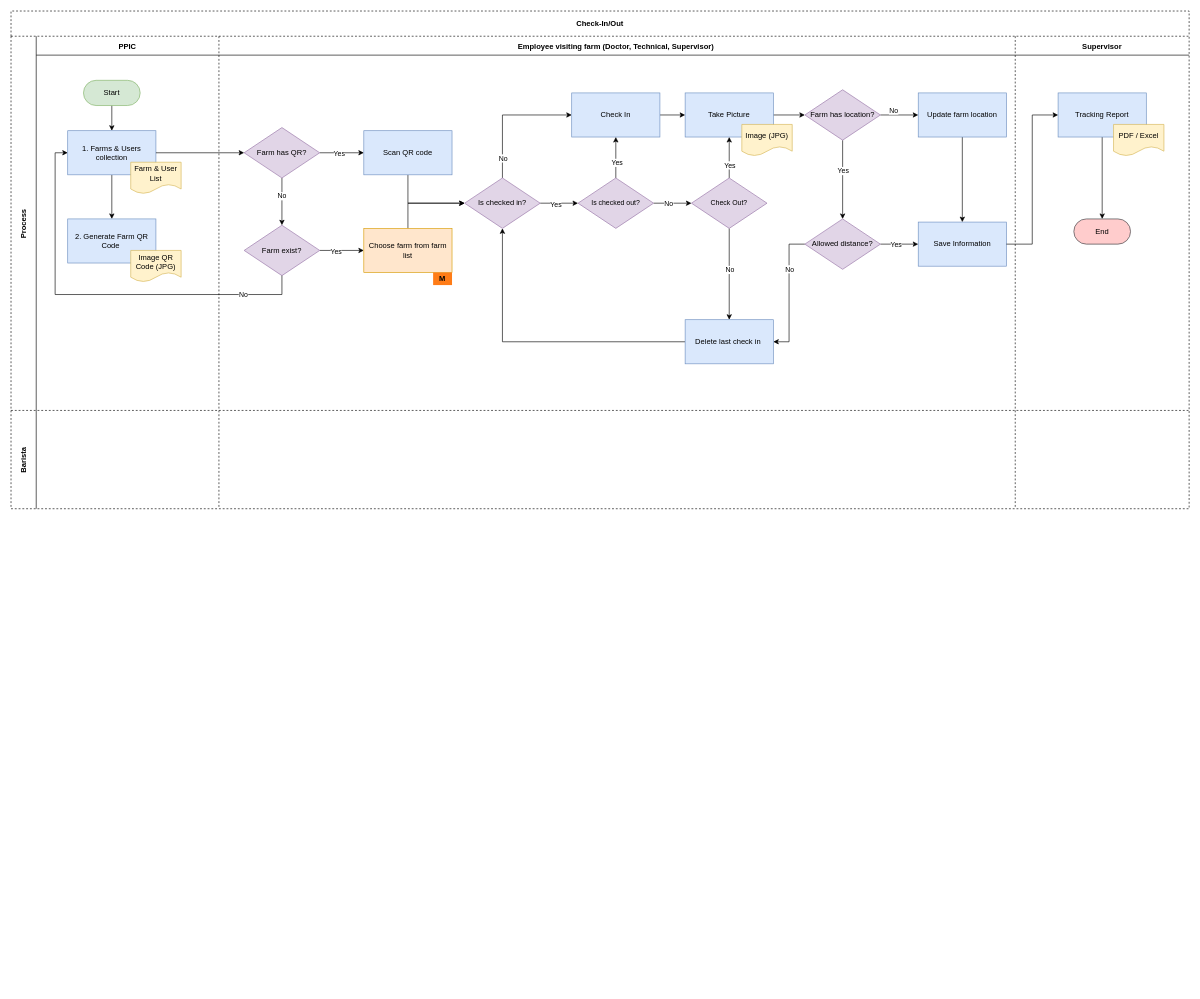
The draw.io diagram swinegps.drawio in kieunam123/expo-project, before the edit. Source tidied: cells renumbered, new cells numbered last; positions are measured from the earlier drawing's top-left corner, leaving out a move shared by most shapes. Both pictures are drawn from the tidied source at 63%, with x=0, y=0 at pixel (11, 11).
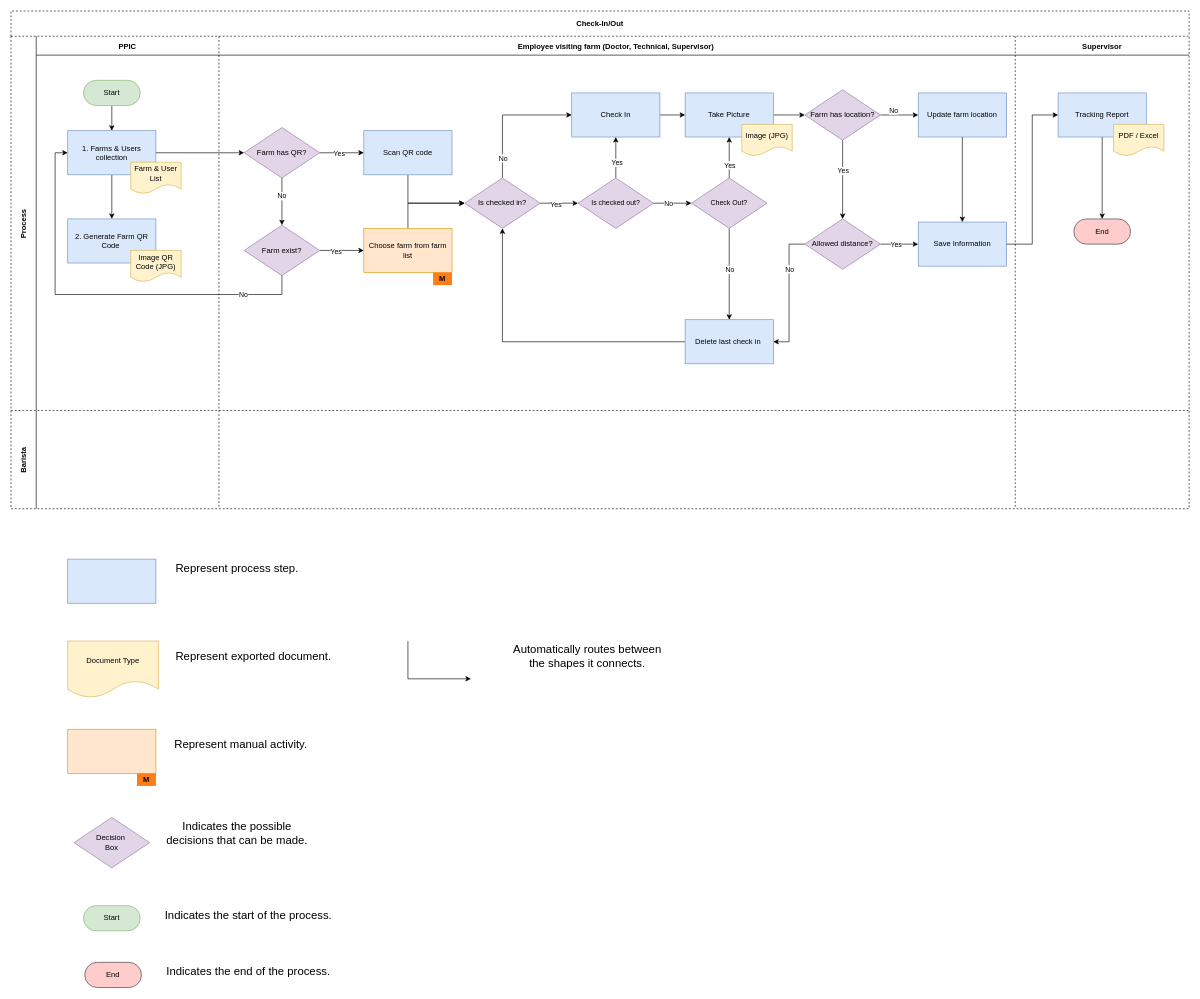
The same diagram, later.

Change to the diagram source:
```diff
@@
+    <mxCell id="74" style="rounded=0;whiteSpace=wrap;html=1;fillColor=#dae8fc;strokeColor=#6c8ebf;" parent="1" vertex="1">
+      <mxGeometry x="90" y="870" width="140" height="70" as="geometry" />
+    </mxCell>
+    <mxCell id="75" value="Represent process step." style="text;html=1;strokeColor=none;fillColor=none;align=center;verticalAlign=middle;whiteSpace=wrap;rounded=0;fontSize=18;" parent="1" vertex="1">
+      <mxGeometry x="254" y="870" width="210" height="30" as="geometry" />
+    </mxCell>
+    <mxCell id="76" value="Document Type" style="shape=document;whiteSpace=wrap;html=1;boundedLbl=1;fillColor=#fff2cc;strokeColor=#d6b656;" parent="1" vertex="1">
+      <mxGeometry x="90" y="1000" width="144" height="90" as="geometry" />
+    </mxCell>
+    <mxCell id="77" value="Represent exported document." style="text;html=1;strokeColor=none;fillColor=none;align=center;verticalAlign=middle;whiteSpace=wrap;rounded=0;fontSize=18;" parent="1" vertex="1">
+      <mxGeometry x="260" y="1010" width="250" height="30" as="geometry" />
+    </mxCell>
+    <mxCell id="78" style="rounded=0;whiteSpace=wrap;html=1;fillColor=#ffe6cc;strokeColor=#d79b00;" parent="1" vertex="1">
+      <mxGeometry x="90" y="1140" width="140" height="70" as="geometry" />
+    </mxCell>
+    <mxCell id="79" value="&lt;b&gt;M&lt;/b&gt;" style="rounded=0;whiteSpace=wrap;html=1;fillColor=#FF7C17;fillStyle=solid;strokeColor=none;" parent="1" vertex="1">
+      <mxGeometry x="200" y="1210" width="30" height="20" as="geometry" />
+    </mxCell>
+    <mxCell id="80" value="Represent manual activity." style="text;html=1;strokeColor=none;fillColor=none;align=center;verticalAlign=middle;whiteSpace=wrap;rounded=0;fontSize=18;" parent="1" vertex="1">
+      <mxGeometry x="240" y="1150" width="250" height="30" as="geometry" />
+    </mxCell>
+    <mxCell id="81" value="Decision&amp;nbsp;&lt;br&gt;Box" style="rhombus;whiteSpace=wrap;html=1;labelBorderColor=none;sketch=0;strokeWidth=1;fillColor=#e1d5e7;strokeColor=#9673a6;" parent="1" vertex="1">
+      <mxGeometry x="100" y="1280" width="120" height="80" as="geometry" />
+    </mxCell>
+    <mxCell id="82" value="Indicates the possible decisions that can be made." style="text;html=1;strokeColor=none;fillColor=none;align=center;verticalAlign=middle;whiteSpace=wrap;rounded=0;fontSize=18;" parent="1" vertex="1">
+      <mxGeometry x="234" y="1290" width="250" height="30" as="geometry" />
+    </mxCell>
+    <mxCell id="83" value="Start" style="rounded=1;whiteSpace=wrap;html=1;arcSize=50;fillColor=#d5e8d4;strokeColor=#82b366;" parent="1" vertex="1">
+      <mxGeometry x="115" y="1420" width="90" height="40" as="geometry" />
+    </mxCell>
+    <mxCell id="84" value="Indicates the start of the process." style="text;html=1;strokeColor=none;fillColor=none;align=center;verticalAlign=middle;whiteSpace=wrap;rounded=0;fontSize=18;" parent="1" vertex="1">
+      <mxGeometry x="234" y="1420" width="286" height="30" as="geometry" />
+    </mxCell>
+    <mxCell id="85" value="End" style="rounded=1;whiteSpace=wrap;html=1;arcSize=50;fillColor=#ffcccc;strokeColor=#36393d;" parent="1" vertex="1">
+      <mxGeometry x="117" y="1510" width="90" height="40" as="geometry" />
+    </mxCell>
+    <mxCell id="86" value="Indicates the end of the process." style="text;html=1;strokeColor=none;fillColor=none;align=center;verticalAlign=middle;whiteSpace=wrap;rounded=0;fontSize=18;" parent="1" vertex="1">
+      <mxGeometry x="234" y="1510" width="286" height="30" as="geometry" />
+    </mxCell>
+    <mxCell id="87" style="endArrow=classic;html=1;rounded=0;fontSize=18;" parent="1" edge="1">
+      <mxGeometry relative="1" as="geometry">
+        <mxPoint x="630" y="1060" as="sourcePoint" />
+        <mxPoint x="730" y="1060" as="targetPoint" />
+      </mxGeometry>
+    </mxCell>
+    <mxCell id="88" style="endArrow=none;html=1;rounded=0;fontSize=18;" parent="1" edge="1">
+      <mxGeometry relative="1" as="geometry">
+        <mxPoint x="630" y="1060" as="sourcePoint" />
+        <mxPoint x="630" y="1000" as="targetPoint" />
+      </mxGeometry>
+    </mxCell>
+    <mxCell id="89" value="Automatically routes between the shapes it connects." style="text;html=1;strokeColor=none;fillColor=none;align=center;verticalAlign=middle;whiteSpace=wrap;rounded=0;fontSize=18;" parent="1" vertex="1">
+      <mxGeometry x="790" y="1010" width="250" height="30" as="geometry" />
+    </mxCell>
```
